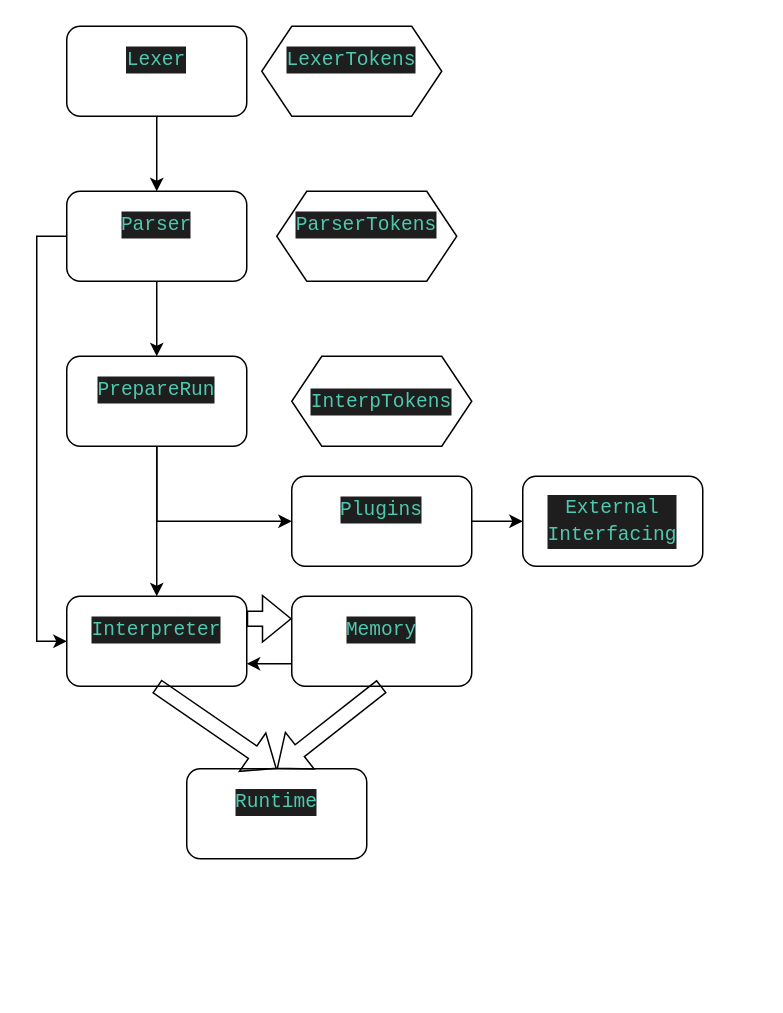
ShaharMS/draw.io-projects keeps this draw.io diagram as Little.drawio. Above is the earlier version. Source tidied: cells renumbered, new cells numbered last; positions are measured from the earlier drawing's top-left corner, leaving out a move shared by most shapes. Both pictures are drawn from the tidied source at 150%, with x=0, y=0 at pixel (36, 26).
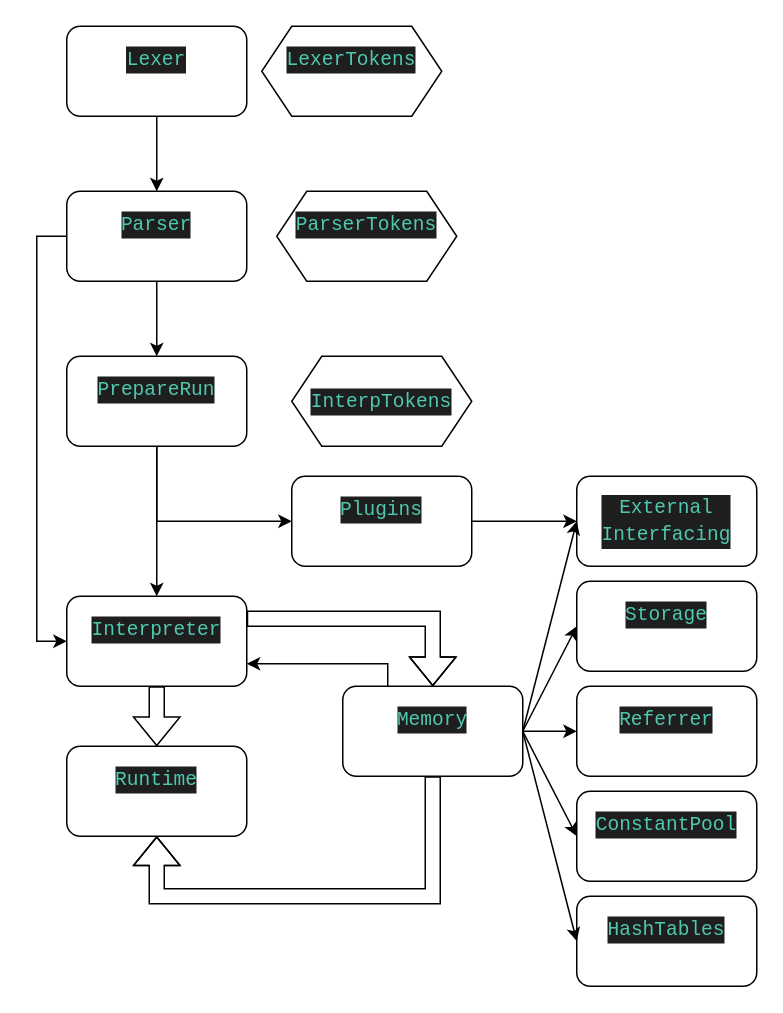
The same diagram, later.

The change refers to these unchanged cells:
```xml
<mxCell id="15" value="&#10;&lt;div style=&quot;color: #d4d4d4;background-color: #1e1e1e;font-family: 'Fira Code', Consolas, 'Courier New', monospace;font-weight: normal;font-size: 13px;line-height: 18px;white-space: pre;&quot;&gt;&lt;div&gt;&lt;span style=&quot;color: #4ec9b0;&quot;&gt;Interpreter&lt;/span&gt;&lt;/div&gt;&lt;/div&gt;&#10;&#10;" style="rounded=1;whiteSpace=wrap;html=1;" parent="1" vertex="1">
  <mxGeometry x="20" y="380" width="120" height="60" as="geometry" />
</mxCell>
```

Change to the diagram source:
```diff
@@
     <mxCell id="16" value="&#10;&lt;div style=&quot;color: #d4d4d4;background-color: #1e1e1e;font-family: 'Fira Code', Consolas, 'Courier New', monospace;font-weight: normal;font-size: 13px;line-height: 18px;white-space: pre;&quot;&gt;&lt;div&gt;&lt;span style=&quot;color: #4ec9b0;&quot;&gt;Memory&lt;/span&gt;&lt;/div&gt;&lt;/div&gt;&#10;&#10;" style="rounded=1;whiteSpace=wrap;html=1;" parent="1" vertex="1">
-      <mxGeometry x="170" y="380" width="120" height="60" as="geometry" />
+      <mxGeometry x="204" y="440" width="120" height="60" as="geometry" />
     </mxCell>
     <mxCell id="17" value="&#10;&lt;div style=&quot;color: #d4d4d4;background-color: #1e1e1e;font-family: 'Fira Code', Consolas, 'Courier New', monospace;font-weight: normal;font-size: 13px;line-height: 18px;white-space: pre;&quot;&gt;&lt;div&gt;&lt;span style=&quot;color: #4ec9b0;&quot;&gt;Runtime&lt;/span&gt;&lt;/div&gt;&lt;/div&gt;&#10;&#10;" style="rounded=1;whiteSpace=wrap;html=1;" parent="1" vertex="1">
-      <mxGeometry x="100" y="495" width="120" height="60" as="geometry" />
+      <mxGeometry x="20" y="480" width="120" height="60" as="geometry" />
     </mxCell>
@@
-    <mxCell id="19" style="shape=flexArrow;endArrow=classic;html=1;rounded=0;exitX=1;exitY=0.25;exitDx=0;exitDy=0;entryX=0;entryY=0.25;entryDx=0;entryDy=0;" parent="1" edge="1" source="15" target="16">
-      <mxGeometry relative="1" as="geometry" />
+    <mxCell id="19" style="shape=flexArrow;endArrow=classic;html=1;rounded=0;exitX=1;exitY=0.25;exitDx=0;exitDy=0;entryX=0.5;entryY=0;entryDx=0;entryDy=0;" parent="1" edge="1" source="15" target="16">
+      <mxGeometry relative="1" as="geometry">
+        <Array as="points">
+          <mxPoint x="264" y="395" />
+        </Array>
+      </mxGeometry>
     </mxCell>
-    <mxCell id="20" style="shape=flexArrow;endArrow=classic;html=1;rounded=0;exitX=0.5;exitY=1;exitDx=0;exitDy=0;entryX=0.5;entryY=0;entryDx=0;entryDy=0;" parent="1" edge="1" source="16" target="17">
-      <mxGeometry relative="1" as="geometry" />
+    <mxCell id="20" style="shape=flexArrow;endArrow=classic;html=1;rounded=0;entryX=0.5;entryY=1;entryDx=0;entryDy=0;exitX=0.5;exitY=1;exitDx=0;exitDy=0;" parent="1" edge="1" source="16" target="17">
+      <mxGeometry relative="1" as="geometry">
+        <Array as="points">
+          <mxPoint x="264" y="580" />
+          <mxPoint x="80" y="580" />
+        </Array>
+      </mxGeometry>
     </mxCell>
-    <mxCell id="21" style="endArrow=classic;html=1;rounded=0;exitX=0;exitY=0.75;exitDx=0;exitDy=0;entryX=1;entryY=0.75;entryDx=0;entryDy=0;" parent="1" edge="1" source="16" target="15">
-      <mxGeometry relative="1" as="geometry" />
+    <mxCell id="21" style="endArrow=classic;html=1;rounded=0;exitX=0.25;exitY=0;exitDx=0;exitDy=0;entryX=1;entryY=0.75;entryDx=0;entryDy=0;" parent="1" edge="1" source="16" target="15">
+      <mxGeometry relative="1" as="geometry">
+        <Array as="points">
+          <mxPoint x="234" y="425" />
+        </Array>
+      </mxGeometry>
     </mxCell>
     <mxCell id="22" value="&lt;br&gt;&lt;div style=&quot;color: #d4d4d4;background-color: #1e1e1e;font-family: 'Fira Code', Consolas, 'Courier New', monospace;font-weight: normal;font-size: 13px;line-height: 18px;white-space: pre;&quot;&gt;&lt;div&gt;&lt;span style=&quot;color: #4ec9b0;&quot;&gt;External&lt;/span&gt;&lt;/div&gt;&lt;div&gt;&lt;span style=&quot;color: #4ec9b0;&quot;&gt;Interfacing&lt;/span&gt;&lt;/div&gt;&lt;/div&gt;&lt;div&gt;&lt;br/&gt;&lt;/div&gt;" style="whiteSpace=wrap;html=1;rounded=1;" parent="1" vertex="1">
-      <mxGeometry x="324" y="300" width="120" height="60" as="geometry" />
+      <mxGeometry x="360" y="300" width="120" height="60" as="geometry" />
     </mxCell>
+    <mxCell id="23" value="&#10;&lt;div style=&quot;color: #d4d4d4;background-color: #1e1e1e;font-family: 'Fira Code', Consolas, 'Courier New', monospace;font-weight: normal;font-size: 13px;line-height: 18px;white-space: pre;&quot;&gt;&lt;div&gt;&lt;span style=&quot;color: #4ec9b0;&quot;&gt;Storage&lt;/span&gt;&lt;/div&gt;&lt;/div&gt;&#10;&#10;" style="rounded=1;whiteSpace=wrap;html=1;" parent="1" vertex="1">
+      <mxGeometry x="360" y="370" width="120" height="60" as="geometry" />
+    </mxCell>
+    <mxCell id="24" value="&#10;&lt;div style=&quot;color: #d4d4d4;background-color: #1e1e1e;font-family: 'Fira Code', Consolas, 'Courier New', monospace;font-weight: normal;font-size: 13px;line-height: 18px;white-space: pre;&quot;&gt;&lt;div&gt;&lt;span style=&quot;color: #4ec9b0;&quot;&gt;Referrer&lt;/span&gt;&lt;/div&gt;&lt;/div&gt;&#10;&#10;" style="rounded=1;whiteSpace=wrap;html=1;" parent="1" vertex="1">
+      <mxGeometry x="360" y="440" width="120" height="60" as="geometry" />
+    </mxCell>
+    <mxCell id="25" value="&#10;&lt;div style=&quot;color: #d4d4d4;background-color: #1e1e1e;font-family: 'Fira Code', Consolas, 'Courier New', monospace;font-weight: normal;font-size: 13px;line-height: 18px;white-space: pre;&quot;&gt;&lt;div&gt;&lt;span style=&quot;color: #4ec9b0;&quot;&gt;ConstantPool&lt;/span&gt;&lt;/div&gt;&lt;/div&gt;&#10;&#10;" style="rounded=1;whiteSpace=wrap;html=1;" parent="1" vertex="1">
+      <mxGeometry x="360" y="510" width="120" height="60" as="geometry" />
+    </mxCell>
+    <mxCell id="26" value="&#10;&lt;div style=&quot;color: #d4d4d4;background-color: #1e1e1e;font-family: 'Fira Code', Consolas, 'Courier New', monospace;font-weight: normal;font-size: 13px;line-height: 18px;white-space: pre;&quot;&gt;&lt;div&gt;&lt;span style=&quot;color: #4ec9b0;&quot;&gt;HashTables&lt;/span&gt;&lt;/div&gt;&lt;/div&gt;&#10;&#10;" style="rounded=1;whiteSpace=wrap;html=1;" parent="1" vertex="1">
+      <mxGeometry x="360" y="580" width="120" height="60" as="geometry" />
+    </mxCell>
+    <mxCell id="27" style="endArrow=classic;html=1;rounded=0;exitX=1;exitY=0.5;exitDx=0;exitDy=0;entryX=0;entryY=0.5;entryDx=0;entryDy=0;" parent="1" edge="1" source="16" target="22">
+      <mxGeometry relative="1" as="geometry" />
+    </mxCell>
+    <mxCell id="28" style="endArrow=classic;html=1;rounded=0;exitX=1;exitY=0.5;exitDx=0;exitDy=0;entryX=0;entryY=0.5;entryDx=0;entryDy=0;" parent="1" edge="1" source="16" target="24">
+      <mxGeometry relative="1" as="geometry" />
+    </mxCell>
+    <mxCell id="29" style="endArrow=classic;html=1;rounded=0;exitX=1;exitY=0.5;exitDx=0;exitDy=0;entryX=0;entryY=0.5;entryDx=0;entryDy=0;" parent="1" edge="1" source="16" target="23">
+      <mxGeometry relative="1" as="geometry" />
+    </mxCell>
+    <mxCell id="30" style="endArrow=classic;html=1;rounded=0;exitX=1;exitY=0.5;exitDx=0;exitDy=0;entryX=0;entryY=0.5;entryDx=0;entryDy=0;" parent="1" edge="1" source="16" target="25">
+      <mxGeometry relative="1" as="geometry" />
+    </mxCell>
+    <mxCell id="31" style="endArrow=classic;html=1;rounded=0;exitX=1;exitY=0.5;exitDx=0;exitDy=0;entryX=0;entryY=0.5;entryDx=0;entryDy=0;" parent="1" edge="1" source="16" target="26">
+      <mxGeometry relative="1" as="geometry" />
+    </mxCell>
```
